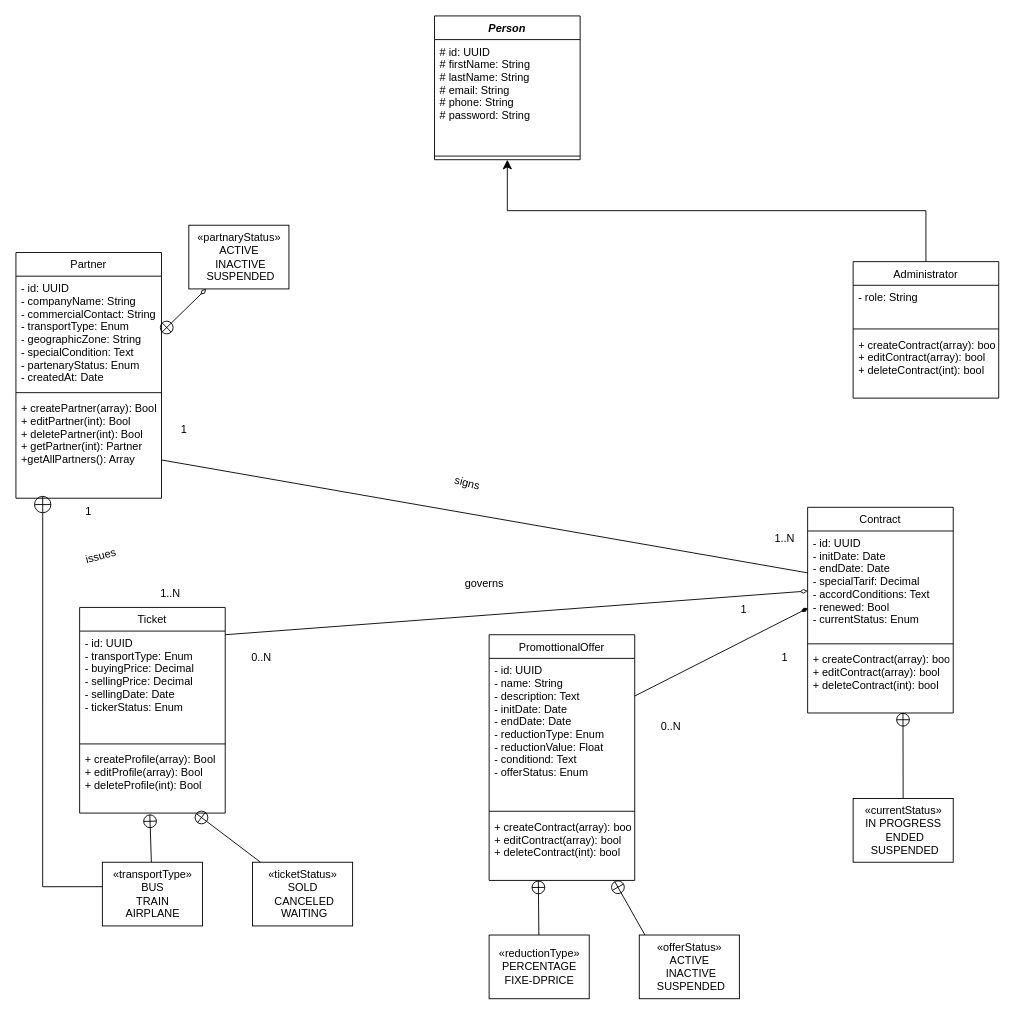
This is UML/Class.dio from LoussalMohammed/TransportTicket_LoussalMohammed, a draw.io file, before an edit. Source tidied: cells renumbered, new cells numbered last; positions are measured from the earlier drawing's top-left corner, leaving out a move shared by most shapes. Both pictures are drawn from the tidied source at 91%, with x=0, y=0 at pixel (15, 15).
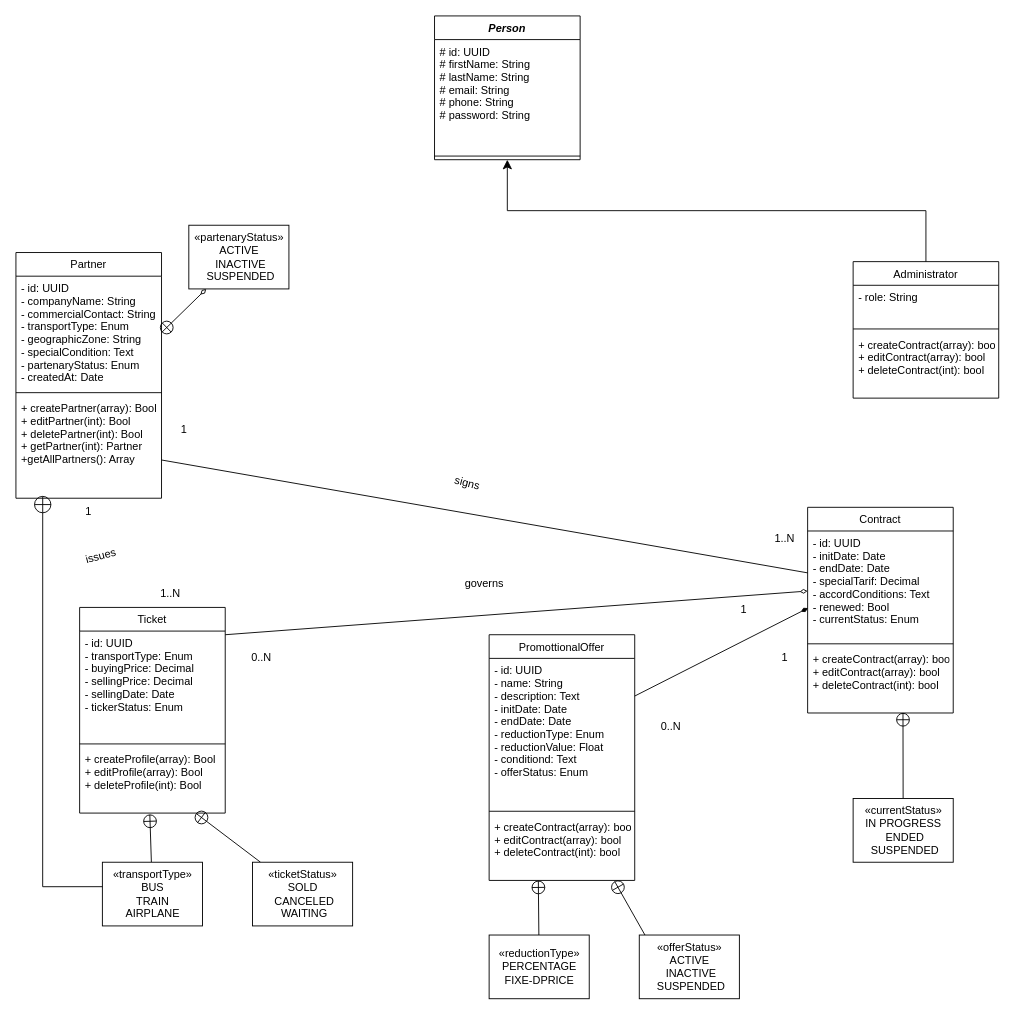
The same page after the edit.

Commit message (it also covers changes not shown here):
finalise le digram de classe

The edit, as a diff of the source:
```diff
@@
-    <mxCell id="48" value="«partnaryStatus»&lt;br&gt;ACTIVE&lt;br&gt;&amp;nbsp;INACTIVE&lt;br&gt;&amp;nbsp;SUSPENDED" style="html=1;" parent="1" vertex="1">
+    <mxCell id="48" value="«partenaryStatus»&lt;br&gt;ACTIVE&lt;br&gt;&amp;nbsp;INACTIVE&lt;br&gt;&amp;nbsp;SUSPENDED" style="html=1;" parent="1" vertex="1">
       <mxGeometry x="190" y="230" width="110" height="70" as="geometry" />
     </mxCell>
```
